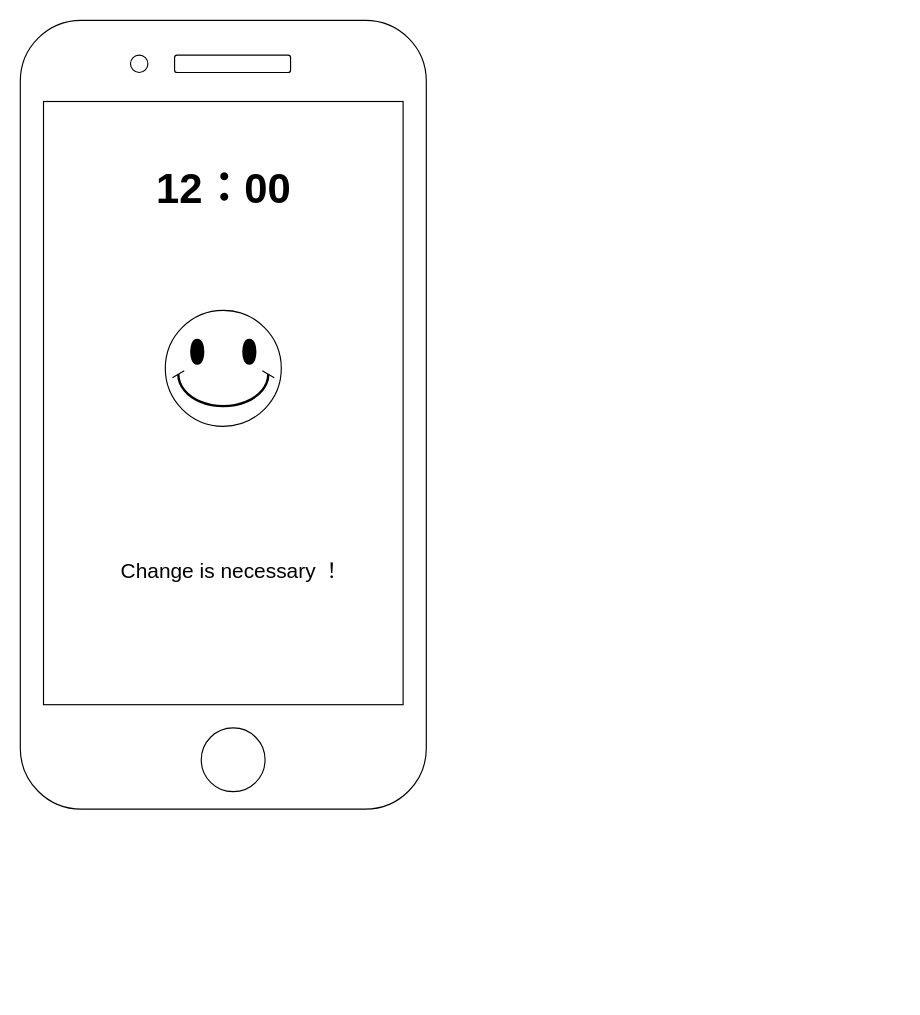
The draw.io diagram Untitled Diagram.drawio in Minibay/DrawView, before the edit. Source tidied: cells renumbered, new cells numbered last; positions are measured from the earlier drawing's top-left corner, leaving out a move shared by most shapes. Both pictures are drawn from the tidied source at 116%, with x=0, y=0 at pixel (20, 20).
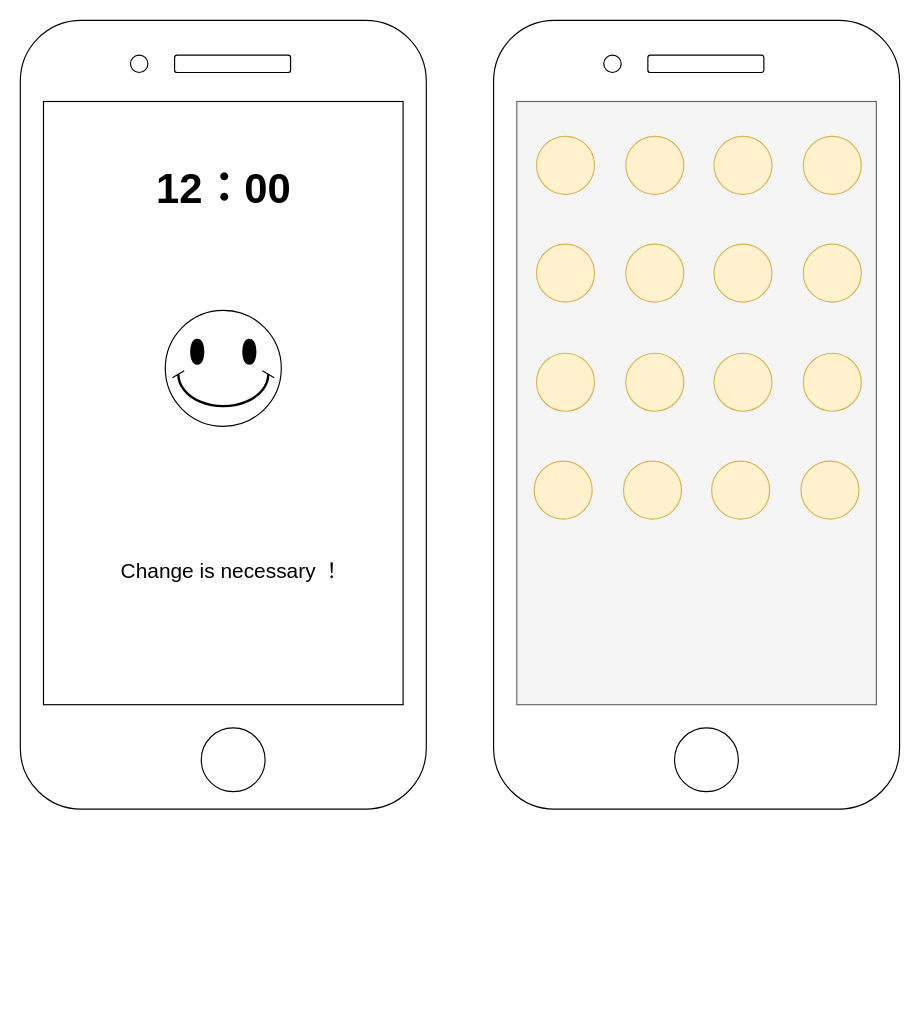
Above is the later version.

What changed in the source:
```diff
@@
+    <mxCell id="10" value="&lt;table&gt;&lt;tbody&gt;&lt;tr&gt;&lt;td&gt;&lt;br&gt;&lt;/td&gt;&lt;td&gt;&lt;br&gt;&lt;/td&gt;&lt;td&gt;&lt;br&gt;&lt;/td&gt;&lt;td&gt;&lt;br&gt;&lt;/td&gt;&lt;/tr&gt;&lt;tr&gt;&lt;td&gt;&lt;br&gt;&lt;/td&gt;&lt;td&gt;&lt;br&gt;&lt;/td&gt;&lt;td&gt;&lt;br&gt;&lt;/td&gt;&lt;td&gt;&lt;br&gt;&lt;/td&gt;&lt;/tr&gt;&lt;tr&gt;&lt;td&gt;&lt;br&gt;&lt;/td&gt;&lt;td&gt;&lt;br&gt;&lt;/td&gt;&lt;td&gt;&lt;br&gt;&lt;/td&gt;&lt;td&gt;&lt;br&gt;&lt;/td&gt;&lt;/tr&gt;&lt;tr&gt;&lt;td&gt;&lt;br&gt;&lt;/td&gt;&lt;td&gt;&lt;br&gt;&lt;/td&gt;&lt;td&gt;&lt;br&gt;&lt;/td&gt;&lt;td&gt;&lt;br&gt;&lt;/td&gt;&lt;/tr&gt;&lt;tr&gt;&lt;td&gt;&lt;br&gt;&lt;/td&gt;&lt;td&gt;&lt;br&gt;&lt;/td&gt;&lt;td&gt;&lt;br&gt;&lt;/td&gt;&lt;td&gt;&lt;br&gt;&lt;/td&gt;&lt;/tr&gt;&lt;tr&gt;&lt;td&gt;&lt;br&gt;&lt;/td&gt;&lt;td&gt;&lt;br&gt;&lt;/td&gt;&lt;td&gt;&lt;br&gt;&lt;/td&gt;&lt;td&gt;&lt;br&gt;&lt;/td&gt;&lt;/tr&gt;&lt;/tbody&gt;&lt;/table&gt;" style="text;html=1;align=center;verticalAlign=middle;fillColor=none;strokeColor=none;rounded=0;" parent="1" vertex="1">
+      <mxGeometry x="225" y="720" width="30" height="120" as="geometry" />
+    </mxCell>
+    <mxCell id="11" style="rounded=1;whiteSpace=wrap;html=1;" parent="1" vertex="1">
+      <mxGeometry x="408" width="350" height="680" as="geometry" />
+    </mxCell>
+    <mxCell id="12" style="ellipse;whiteSpace=wrap;html=1;" parent="1" vertex="1">
+      <mxGeometry x="564" y="610" width="55" height="55" as="geometry" />
+    </mxCell>
+    <mxCell id="13" style="rounded=0;whiteSpace=wrap;html=1;fillColor=#f5f5f5;strokeColor=#666666;fontColor=#333333;" parent="1" vertex="1">
+      <mxGeometry x="428" y="70" width="310" height="520" as="geometry" />
+    </mxCell>
+    <mxCell id="14" style="ellipse;whiteSpace=wrap;html=1;" parent="1" vertex="1">
+      <mxGeometry x="503" y="30" width="15" height="15" as="geometry" />
+    </mxCell>
+    <mxCell id="15" style="rounded=1;whiteSpace=wrap;html=1;" parent="1" vertex="1">
+      <mxGeometry x="541" y="30" width="100" height="15" as="geometry" />
+    </mxCell>
+    <mxCell id="16" style="group;" parent="1" vertex="1">
+      <mxGeometry x="445" y="100" width="280" height="50" as="geometry" />
+    </mxCell>
+    <mxCell id="17" style="ellipse;whiteSpace=wrap;html=1;fillColor=#fff2cc;strokeColor=#d6b656;flipH=1;flipV=1;" parent="16" vertex="1">
+      <mxGeometry width="50" height="50" as="geometry" />
+    </mxCell>
+    <mxCell id="18" style="ellipse;whiteSpace=wrap;html=1;fillColor=#fff2cc;strokeColor=#d6b656;flipH=1;flipV=1;" parent="16" vertex="1">
+      <mxGeometry x="77" width="50" height="50" as="geometry" />
+    </mxCell>
+    <mxCell id="19" style="ellipse;whiteSpace=wrap;html=1;fillColor=#fff2cc;strokeColor=#d6b656;flipH=1;flipV=1;" parent="16" vertex="1">
+      <mxGeometry x="153" width="50" height="50" as="geometry" />
+    </mxCell>
+    <mxCell id="20" style="ellipse;whiteSpace=wrap;html=1;fillColor=#fff2cc;strokeColor=#d6b656;flipH=1;flipV=1;" parent="16" vertex="1">
+      <mxGeometry x="230" width="50" height="50" as="geometry" />
+    </mxCell>
+    <mxCell id="21" style="group;" parent="1" vertex="1">
+      <mxGeometry x="445" y="193" width="280" height="50" as="geometry" />
+    </mxCell>
+    <mxCell id="22" style="ellipse;whiteSpace=wrap;html=1;fillColor=#fff2cc;strokeColor=#d6b656;flipH=1;flipV=1;" parent="21" vertex="1">
+      <mxGeometry width="50" height="50" as="geometry" />
+    </mxCell>
+    <mxCell id="23" style="ellipse;whiteSpace=wrap;html=1;fillColor=#fff2cc;strokeColor=#d6b656;flipH=1;flipV=1;" parent="21" vertex="1">
+      <mxGeometry x="77" width="50" height="50" as="geometry" />
+    </mxCell>
+    <mxCell id="24" style="ellipse;whiteSpace=wrap;html=1;fillColor=#fff2cc;strokeColor=#d6b656;flipH=1;flipV=1;" parent="21" vertex="1">
+      <mxGeometry x="153" width="50" height="50" as="geometry" />
+    </mxCell>
+    <mxCell id="25" style="ellipse;whiteSpace=wrap;html=1;fillColor=#fff2cc;strokeColor=#d6b656;flipH=1;flipV=1;" parent="21" vertex="1">
+      <mxGeometry x="230" width="50" height="50" as="geometry" />
+    </mxCell>
+    <mxCell id="26" style="group;" parent="1" vertex="1">
+      <mxGeometry x="445" y="287" width="280" height="50" as="geometry" />
+    </mxCell>
+    <mxCell id="27" style="ellipse;whiteSpace=wrap;html=1;fillColor=#fff2cc;strokeColor=#d6b656;flipH=1;flipV=1;" parent="26" vertex="1">
+      <mxGeometry width="50" height="50" as="geometry" />
+    </mxCell>
+    <mxCell id="28" style="ellipse;whiteSpace=wrap;html=1;fillColor=#fff2cc;strokeColor=#d6b656;flipH=1;flipV=1;" parent="26" vertex="1">
+      <mxGeometry x="77" width="50" height="50" as="geometry" />
+    </mxCell>
+    <mxCell id="29" style="ellipse;whiteSpace=wrap;html=1;fillColor=#fff2cc;strokeColor=#d6b656;flipH=1;flipV=1;" parent="26" vertex="1">
+      <mxGeometry x="153" width="50" height="50" as="geometry" />
+    </mxCell>
+    <mxCell id="30" style="ellipse;whiteSpace=wrap;html=1;fillColor=#fff2cc;strokeColor=#d6b656;flipH=1;flipV=1;" parent="26" vertex="1">
+      <mxGeometry x="230" width="50" height="50" as="geometry" />
+    </mxCell>
+    <mxCell id="31" style="group;" parent="1" vertex="1">
+      <mxGeometry x="443" y="380" width="280" height="50" as="geometry" />
+    </mxCell>
+    <mxCell id="32" style="ellipse;whiteSpace=wrap;html=1;fillColor=#fff2cc;strokeColor=#d6b656;flipH=1;flipV=1;" parent="31" vertex="1">
+      <mxGeometry width="50" height="50" as="geometry" />
+    </mxCell>
+    <mxCell id="33" style="ellipse;whiteSpace=wrap;html=1;fillColor=#fff2cc;strokeColor=#d6b656;flipH=1;flipV=1;" parent="31" vertex="1">
+      <mxGeometry x="77" width="50" height="50" as="geometry" />
+    </mxCell>
+    <mxCell id="34" style="ellipse;whiteSpace=wrap;html=1;fillColor=#fff2cc;strokeColor=#d6b656;flipH=1;flipV=1;" parent="31" vertex="1">
+      <mxGeometry x="153" width="50" height="50" as="geometry" />
+    </mxCell>
+    <mxCell id="35" style="ellipse;whiteSpace=wrap;html=1;fillColor=#fff2cc;strokeColor=#d6b656;flipH=1;flipV=1;" parent="31" vertex="1">
+      <mxGeometry x="230" width="50" height="50" as="geometry" />
+    </mxCell>
```
